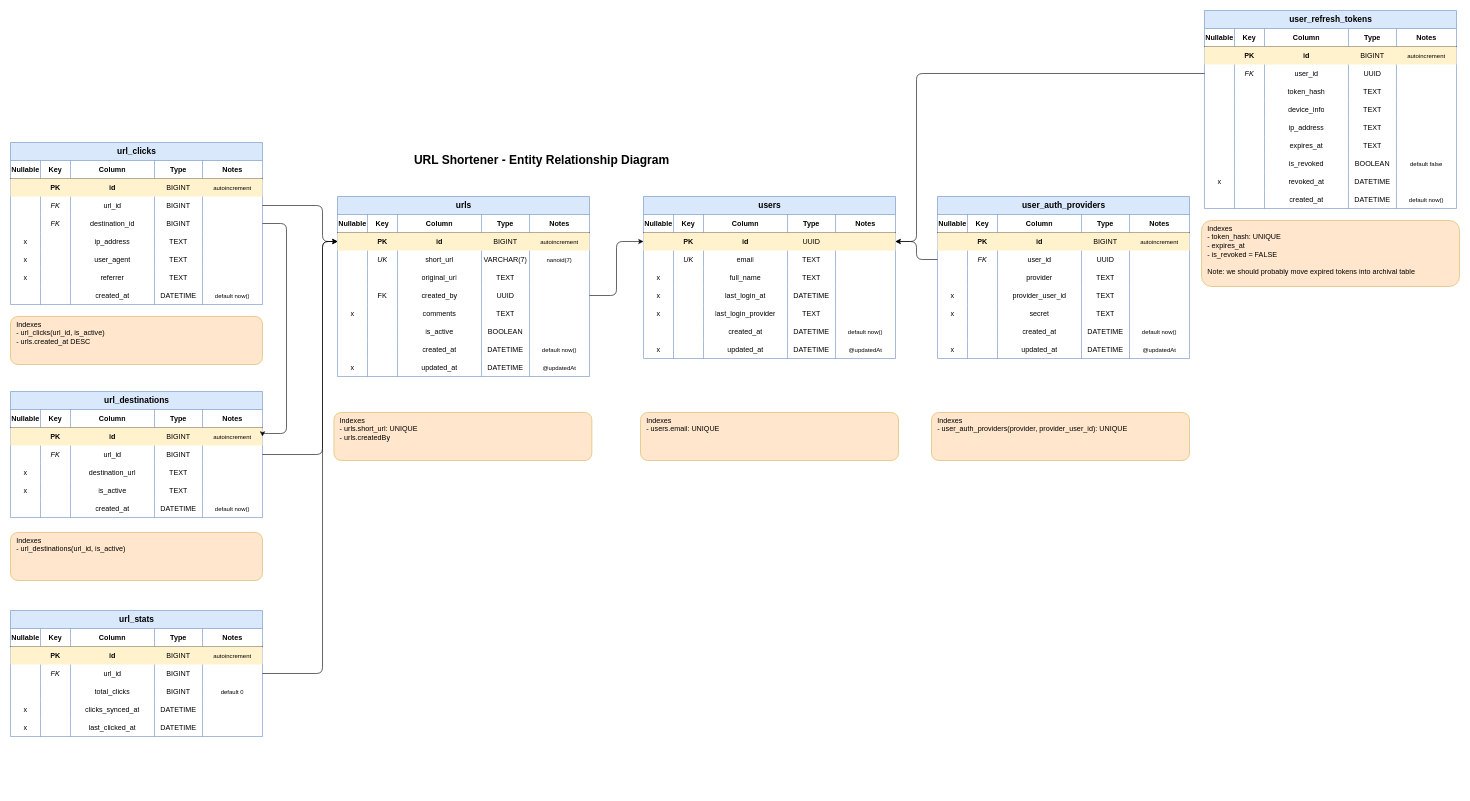
Before: docs/diagrams/erd.drawio in ImWaynnee/url-shortener, a draw.io diagram. Source tidied: cells renumbered, new cells numbered last; positions are measured from the earlier drawing's top-left corner, leaving out a move shared by most shapes. Both pictures are drawn from the tidied source at 60%, with x=0, y=0 at pixel (10, 10).
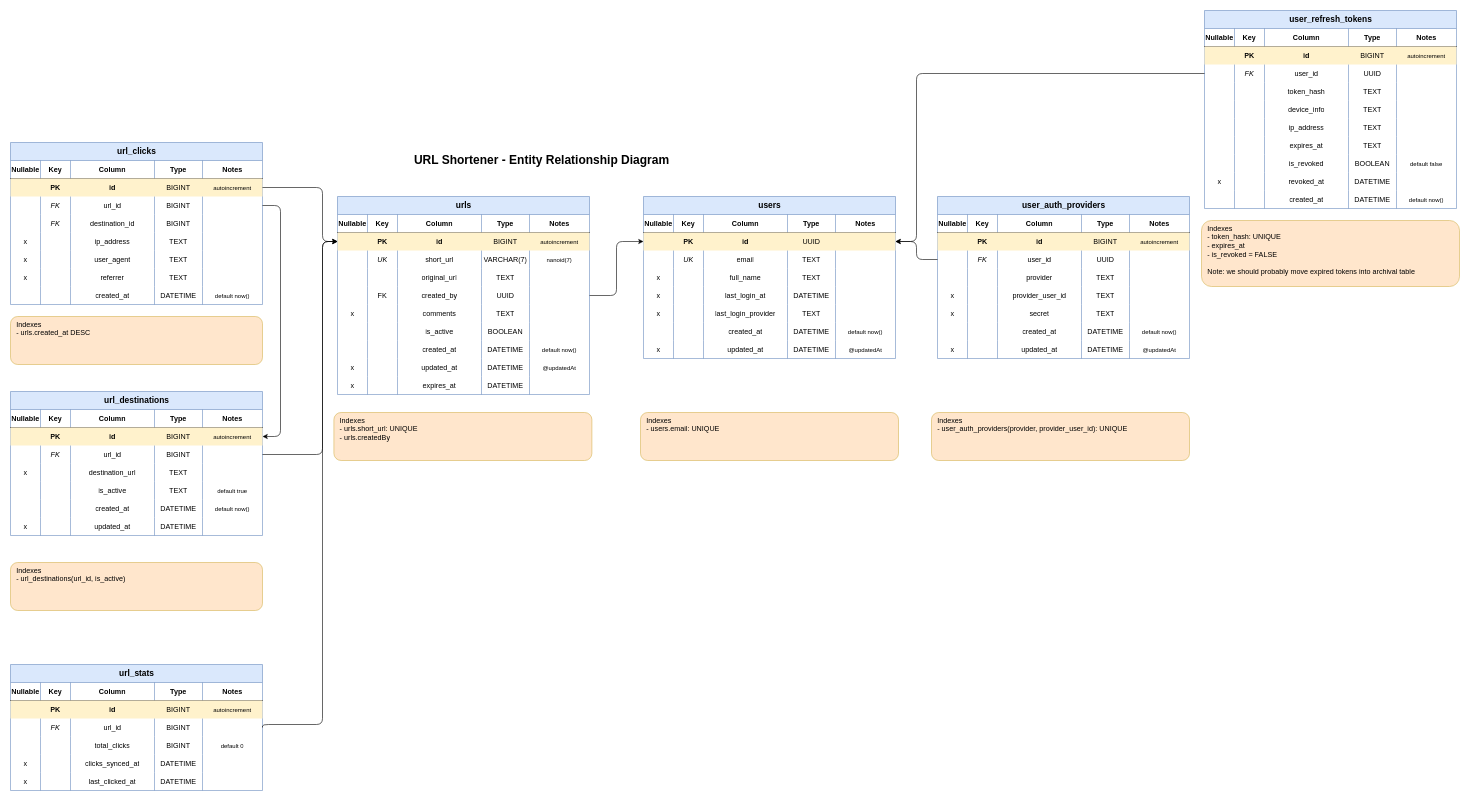
Above is the later version.

The change refers to these unchanged cells:
```xml
<mxCell id="10" style="shape=tableRow;horizontal=0;startSize=0;swimlaneHead=0;swimlaneBody=0;fillColor=#fff2cc;points=[[0,0.5],[1,0.5]];portConstraint=eastwest;fontSize=12;top=0;left=0;right=0;bottom=0;html=1;" parent="3" vertex="1">
  <mxGeometry y="60" width="420" height="30" as="geometry" />
</mxCell>
<mxCell id="168" style="shape=tableRow;horizontal=0;startSize=0;swimlaneHead=0;swimlaneBody=0;fillColor=#fff2cc;points=[[0,0.5],[1,0.5]];portConstraint=eastwest;fontSize=12;top=0;left=0;right=0;bottom=0;html=1;" parent="161" vertex="1">
  <mxGeometry y="60" width="420" height="30" as="geometry" />
</mxCell>
<mxCell id="174" style="shape=tableRow;horizontal=0;startSize=0;swimlaneHead=0;swimlaneBody=0;fillColor=none;points=[[0,0.5],[1,0.5]];portConstraint=eastwest;fontSize=12;top=0;left=0;right=0;bottom=0;html=1;" parent="161" vertex="1">
  <mxGeometry y="90" width="420" height="30" as="geometry" />
</mxCell>
<mxCell id="180" style="shape=tableRow;horizontal=0;startSize=0;swimlaneHead=0;swimlaneBody=0;fillColor=none;points=[[0,0.5],[1,0.5]];portConstraint=eastwest;fontSize=12;top=0;left=0;right=0;bottom=0;html=1;" parent="161" vertex="1">
  <mxGeometry y="120" width="420" height="30" as="geometry" />
</mxCell>
<mxCell id="218" style="shape=tableRow;horizontal=0;startSize=0;swimlaneHead=0;swimlaneBody=0;fillColor=#fff2cc;points=[[0,0.5],[1,0.5]];portConstraint=eastwest;fontSize=12;top=0;left=0;right=0;bottom=0;html=1;" parent="211" vertex="1">
  <mxGeometry y="60" width="420" height="30" as="geometry" />
</mxCell>
<mxCell id="236" style="shape=tableRow;horizontal=0;startSize=0;swimlaneHead=0;swimlaneBody=0;fillColor=none;fontSize=12;top=0;left=0;right=0;bottom=0;html=1;" parent="211" vertex="1">
  <mxGeometry y="150" width="420" height="30" as="geometry" />
</mxCell>
<mxCell id="265" style="shape=tableRow;horizontal=0;startSize=0;swimlaneHead=0;swimlaneBody=0;fillColor=none;points=[[0,0.5],[1,0.5]];portConstraint=eastwest;fontSize=12;top=0;left=0;right=0;bottom=0;html=1;" parent="252" vertex="1">
  <mxGeometry y="90" width="420" height="30" as="geometry" />
</mxCell>
```

Change to the diagram source:
```diff
@@
     <mxCell id="3" value="urls" style="shape=table;startSize=30;childLayout=tableLayout;rowLines=0;fontStyle=1;align=center;fontSize=14;fillColor=#dae8fc;strokeColor=#6c8ebf;html=1;" parent="1" vertex="1">
-      <mxGeometry x="545" y="310" width="420" height="300" as="geometry" />
+      <mxGeometry x="545" y="310" width="420" height="330" as="geometry" />
     </mxCell>
@@
+    <mxCell id="353" style="shape=tableRow;horizontal=0;startSize=0;swimlaneHead=0;swimlaneBody=0;fillColor=none;fontSize=12;top=0;left=0;right=0;bottom=0;html=1;" parent="3" vertex="1">
+      <mxGeometry y="300" width="420" height="30" as="geometry" />
+    </mxCell>
+    <mxCell id="354" value="x" style="shape=partialRectangle;fillColor=none;top=0;left=0;bottom=0;right=0;overflow=hidden;html=1;" parent="353" vertex="1">
+      <mxGeometry width="50" height="30" as="geometry" />
+    </mxCell>
+    <mxCell id="355" style="shape=partialRectangle;fillColor=none;top=0;left=0;bottom=0;right=0;overflow=hidden;html=1;" parent="353" vertex="1">
+      <mxGeometry x="50" width="50" height="30" as="geometry" />
+    </mxCell>
+    <mxCell id="356" value="expires_at" style="shape=partialRectangle;fillColor=none;top=0;left=0;bottom=0;right=0;overflow=hidden;html=1;" parent="353" vertex="1">
+      <mxGeometry x="100" width="140" height="30" as="geometry" />
+    </mxCell>
+    <mxCell id="357" value="DATETIME" style="shape=partialRectangle;fillColor=none;top=0;left=0;bottom=0;right=0;overflow=hidden;html=1;" parent="353" vertex="1">
+      <mxGeometry x="240" width="80" height="30" as="geometry" />
+    </mxCell>
+    <mxCell id="358" style="shape=partialRectangle;fillColor=none;top=0;left=0;bottom=0;right=0;overflow=hidden;fontSize=10;html=1;" parent="353" vertex="1">
+      <mxGeometry x="320" width="100" height="30" as="geometry" />
+    </mxCell>
@@
-    <mxCell id="210" style="edgeStyle=orthogonalEdgeStyle;html=1;exitX=1;exitY=0.5;exitDx=0;exitDy=0;entryX=0;entryY=0.5;entryDx=0;entryDy=0;" parent="1" edge="1" source="174" target="10">
+    <mxCell id="210" style="edgeStyle=orthogonalEdgeStyle;html=1;exitX=1;exitY=0.5;exitDx=0;exitDy=0;entryX=0;entryY=0.5;entryDx=0;entryDy=0;" parent="1" edge="1" source="168" target="10">
       <mxGeometry relative="1" as="geometry">
         <Array as="points">
-          <mxPoint x="520" y="325" />
+          <mxPoint x="520" y="295" />
           <mxPoint x="520" y="385" />
         </Array>
       </mxGeometry>
     </mxCell>
     <mxCell id="211" value="url_destinations" style="shape=table;startSize=30;childLayout=tableLayout;rowLines=0;fontStyle=1;align=center;fontSize=14;fillColor=#dae8fc;strokeColor=#6c8ebf;html=1;" parent="1" vertex="1">
-      <mxGeometry y="635" width="420" height="210" as="geometry" />
+      <mxGeometry y="635" width="420" height="240" as="geometry" />
     </mxCell>
@@
-    <mxCell id="237" value="x" style="shape=partialRectangle;fillColor=none;top=0;left=0;bottom=0;right=0;overflow=hidden;html=1;" parent="236" vertex="1">
+    <mxCell id="237" style="shape=partialRectangle;fillColor=none;top=0;left=0;bottom=0;right=0;overflow=hidden;html=1;" parent="236" vertex="1">
       <mxGeometry width="50" height="30" as="geometry" />
     </mxCell>
@@
-    <mxCell id="241" style="shape=partialRectangle;fillColor=none;top=0;left=0;bottom=0;right=0;overflow=hidden;fontSize=10;html=1;" parent="236" vertex="1">
+    <mxCell id="241" value="default true" style="shape=partialRectangle;fillColor=none;top=0;left=0;bottom=0;right=0;overflow=hidden;fontSize=10;html=1;" parent="236" vertex="1">
       <mxGeometry x="320" width="100" height="30" as="geometry" />
     </mxCell>
@@
+    <mxCell id="359" style="shape=tableRow;horizontal=0;startSize=0;swimlaneHead=0;swimlaneBody=0;fillColor=none;fontSize=12;top=0;left=0;right=0;bottom=0;html=1;" parent="211" vertex="1">
+      <mxGeometry y="210" width="420" height="30" as="geometry" />
+    </mxCell>
+    <mxCell id="360" value="x" style="shape=partialRectangle;fillColor=none;top=0;left=0;bottom=0;right=0;overflow=hidden;html=1;" parent="359" vertex="1">
+      <mxGeometry width="50" height="30" as="geometry" />
+    </mxCell>
+    <mxCell id="361" style="shape=partialRectangle;fillColor=none;top=0;left=0;bottom=0;right=0;overflow=hidden;html=1;" parent="359" vertex="1">
+      <mxGeometry x="50" width="50" height="30" as="geometry" />
+    </mxCell>
+    <mxCell id="362" value="updated_at" style="shape=partialRectangle;fillColor=none;top=0;left=0;bottom=0;right=0;overflow=hidden;html=1;" parent="359" vertex="1">
+      <mxGeometry x="100" width="140" height="30" as="geometry" />
+    </mxCell>
+    <mxCell id="363" value="DATETIME" style="shape=partialRectangle;fillColor=none;top=0;left=0;bottom=0;right=0;overflow=hidden;html=1;" parent="359" vertex="1">
+      <mxGeometry x="240" width="80" height="30" as="geometry" />
+    </mxCell>
+    <mxCell id="364" style="shape=partialRectangle;fillColor=none;top=0;left=0;bottom=0;right=0;overflow=hidden;fontSize=10;html=1;" parent="359" vertex="1">
+      <mxGeometry x="320" width="100" height="30" as="geometry" />
+    </mxCell>
-    <mxCell id="248" style="edgeStyle=orthogonalEdgeStyle;html=1;exitX=1;exitY=0.5;exitDx=0;exitDy=0;entryX=1;entryY=0.5;entryDx=0;entryDy=0;" parent="1" edge="1" source="180" target="218">
+    <mxCell id="248" style="edgeStyle=orthogonalEdgeStyle;html=1;exitX=1;exitY=0.5;exitDx=0;exitDy=0;entryX=1;entryY=0.5;entryDx=0;entryDy=0;" parent="1" edge="1" source="174" target="218">
       <mxGeometry relative="1" as="geometry">
         <Array as="points">
-          <mxPoint x="460" y="355" />
-          <mxPoint x="460" y="705" />
-          <mxPoint x="420" y="705" />
+          <mxPoint x="450" y="325" />
+          <mxPoint x="450" y="710" />
         </Array>
       </mxGeometry>
     </mxCell>
@@
     <mxCell id="250" value="Indexes&lt;br&gt;- url_destinations(url_id, is_active)" style="text;align=left;verticalAlign=top;spacingLeft=8;fillColor=#ffe6cc;strokeColor=#d6b656;rounded=1;fontSize=12;html=1;" parent="1" vertex="1">
-      <mxGeometry y="870" width="420" height="80" as="geometry" />
+      <mxGeometry y="920" width="420" height="80" as="geometry" />
     </mxCell>
-    <mxCell id="251" value="Indexes&lt;br&gt;- url_clicks(url_id, is_active)&lt;div&gt;- urls.created_at DESC&lt;/div&gt;" style="text;align=left;verticalAlign=top;spacingLeft=8;fillColor=#ffe6cc;strokeColor=#d6b656;rounded=1;fontSize=12;html=1;" parent="1" vertex="1">
+    <mxCell id="251" value="Indexes&lt;br&gt;&lt;div&gt;- urls.created_at DESC&lt;/div&gt;" style="text;align=left;verticalAlign=top;spacingLeft=8;fillColor=#ffe6cc;strokeColor=#d6b656;rounded=1;fontSize=12;html=1;" parent="1" vertex="1">
       <mxGeometry y="510" width="420" height="80" as="geometry" />
     </mxCell>
     <mxCell id="252" value="url_stats" style="shape=table;startSize=30;childLayout=tableLayout;rowLines=0;fontStyle=1;align=center;fontSize=14;fillColor=#dae8fc;strokeColor=#6c8ebf;html=1;" parent="1" vertex="1">
-      <mxGeometry y="1000" width="420" height="210" as="geometry" />
+      <mxGeometry y="1090" width="420" height="210" as="geometry" />
     </mxCell>
@@
     <mxCell id="289" style="edgeStyle=orthogonalEdgeStyle;html=1;exitX=1;exitY=0.5;exitDx=0;exitDy=0;entryX=0;entryY=0.5;entryDx=0;entryDy=0;" parent="1" edge="1" source="265" target="10">
       <mxGeometry relative="1" as="geometry">
         <Array as="points">
-          <mxPoint x="520" y="1105" />
+          <mxPoint x="420" y="1190" />
+          <mxPoint x="520" y="1190" />
           <mxPoint x="520" y="385" />
         </Array>
       </mxGeometry>
     </mxCell>
```
